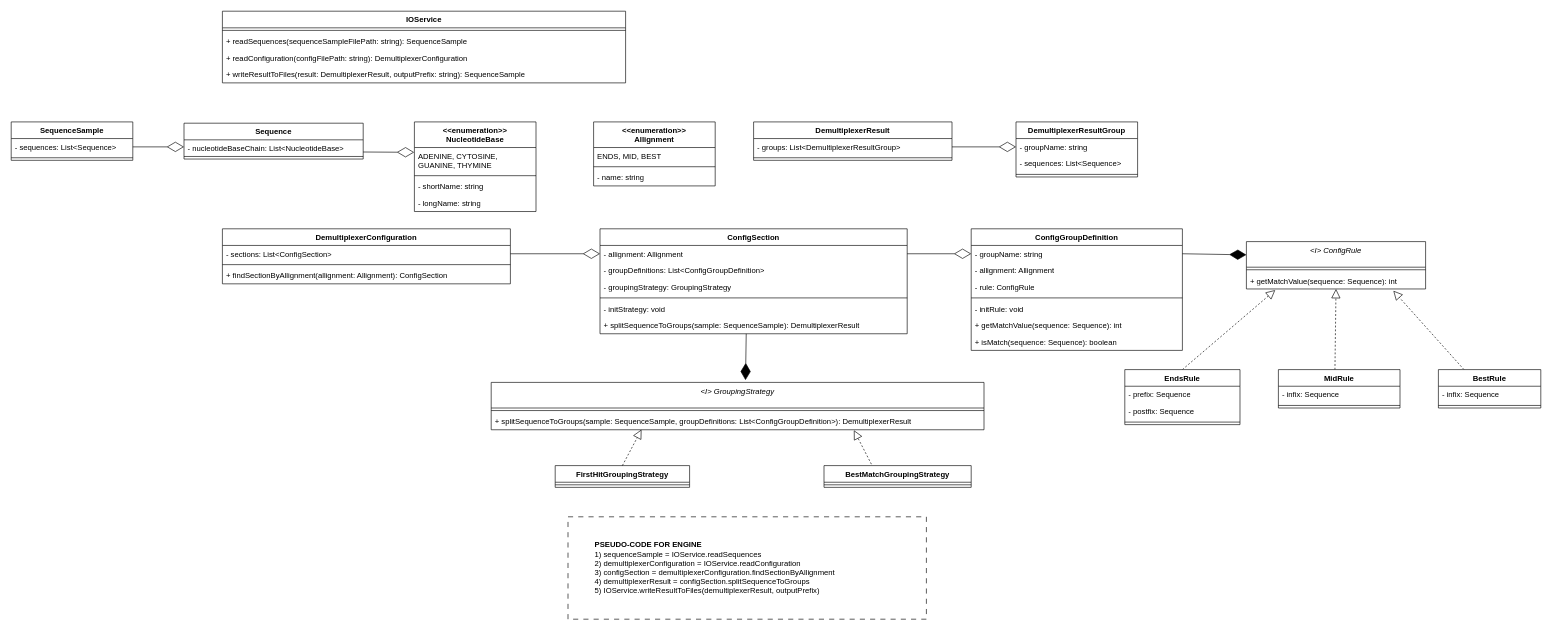
This is uml.drawio from bodroghykristof/omixon-demultiplexer, a draw.io file, before an edit. Source tidied: cells renumbered, new cells numbered last; positions are measured from the earlier drawing's top-left corner, leaving out a move shared by most shapes. Both pictures are drawn from the tidied source at 64%, with x=0, y=0 at pixel (11, 11).
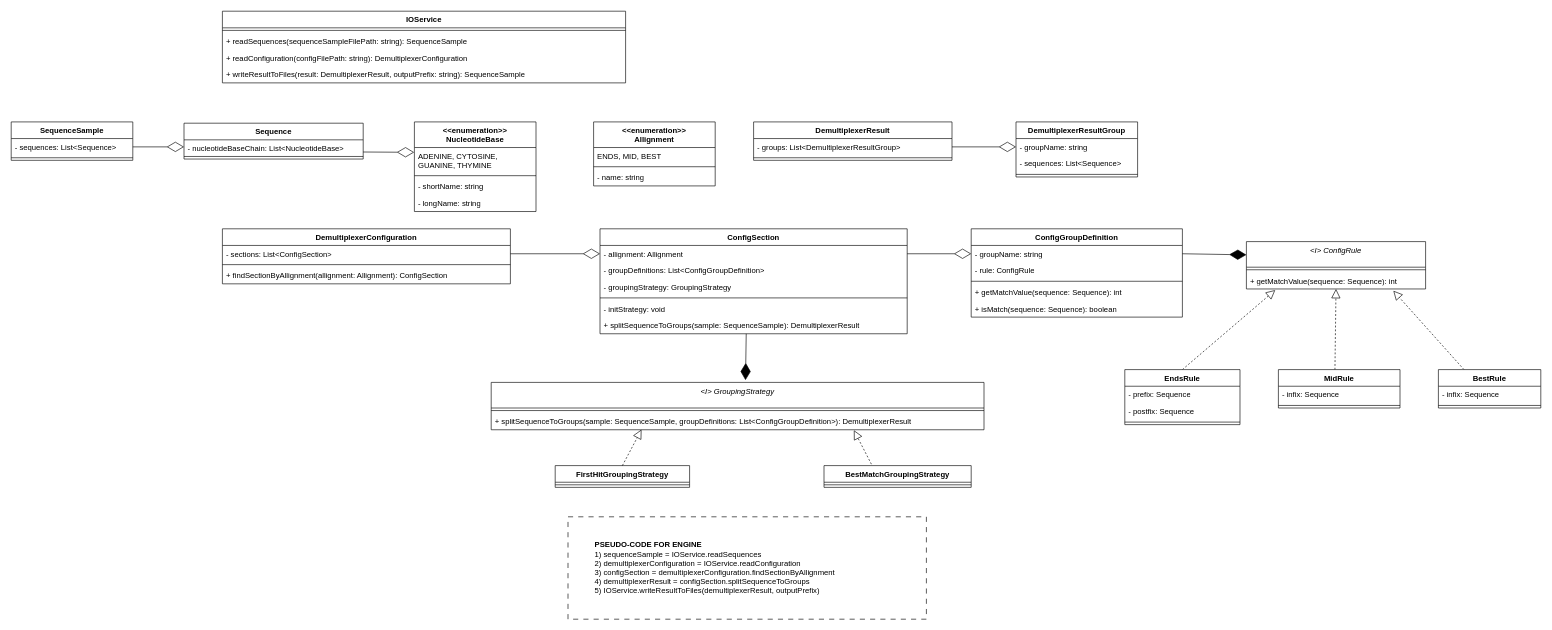
The same page after the edit.

What changed in the source:
```diff
@@
     <mxCell id="29" value="&lt;span style=&quot;text-align: left;&quot;&gt;ConfigGroupDefinition&lt;/span&gt;" style="swimlane;fontStyle=1;align=center;verticalAlign=top;horizontal=1;startSize=26;whiteSpace=wrap;html=1;" parent="1" vertex="1">
-      <mxGeometry x="1500" y="340" width="330" height="190" as="geometry" />
+      <mxGeometry x="1500" y="340" width="330" height="138" as="geometry" />
     </mxCell>
@@
-    <mxCell id="31" value="- allignment: Allignment" style="text;strokeColor=none;fillColor=none;align=left;verticalAlign=top;spacingLeft=4;spacingRight=4;overflow=hidden;whiteSpace=wrap;html=1;" parent="29" vertex="1">
-      <mxGeometry y="52" width="330" height="26" as="geometry" />
-    </mxCell>
     <mxCell id="32" value="- rule: ConfigRule" style="text;strokeColor=none;fillColor=none;align=left;verticalAlign=top;spacingLeft=4;spacingRight=4;overflow=hidden;whiteSpace=wrap;html=1;" parent="29" vertex="1">
-      <mxGeometry y="78" width="330" height="26" as="geometry" />
+      <mxGeometry y="52" width="330" height="26" as="geometry" />
     </mxCell>
     <mxCell id="33" style="line;strokeWidth=1;fillColor=none;align=left;verticalAlign=middle;spacingTop=-1;spacingLeft=3;spacingRight=3;labelPosition=right;strokeColor=inherit;" parent="29" vertex="1">
-      <mxGeometry y="104" width="330" height="8" as="geometry" />
+      <mxGeometry y="78" width="330" height="8" as="geometry" />
     </mxCell>
-    <mxCell id="34" value="- initRule: void" style="text;strokeColor=none;fillColor=none;align=left;verticalAlign=top;spacingLeft=4;spacingRight=4;overflow=hidden;whiteSpace=wrap;html=1;" parent="29" vertex="1">
-      <mxGeometry y="112" width="330" height="26" as="geometry" />
-    </mxCell>
     <mxCell id="35" value="+ getMatchValue(sequence: Sequence): int" style="text;strokeColor=none;fillColor=none;align=left;verticalAlign=top;spacingLeft=4;spacingRight=4;overflow=hidden;whiteSpace=wrap;html=1;" parent="29" vertex="1">
-      <mxGeometry y="138" width="330" height="26" as="geometry" />
+      <mxGeometry y="86" width="330" height="26" as="geometry" />
     </mxCell>
     <mxCell id="36" value="+ isMatch(sequence: Sequence): boolean" style="text;strokeColor=none;fillColor=none;align=left;verticalAlign=top;spacingLeft=4;spacingRight=4;overflow=hidden;whiteSpace=wrap;html=1;" parent="29" vertex="1">
-      <mxGeometry y="164" width="330" height="26" as="geometry" />
+      <mxGeometry y="112" width="330" height="26" as="geometry" />
     </mxCell>
```
